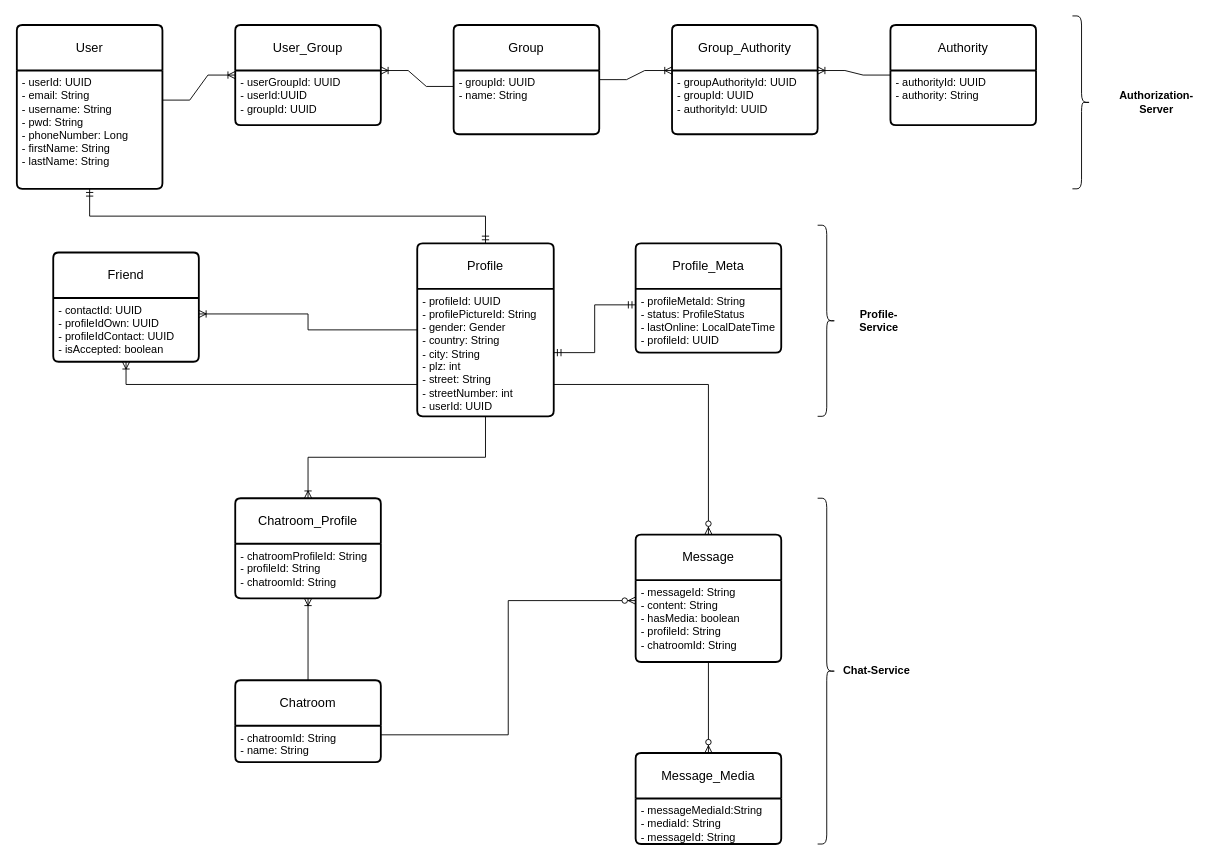
Earlier version of the draw.io diagram Feather-Tables.drawio (soner3/feather). Source tidied: cells renumbered, new cells numbered last; positions are measured from the earlier drawing's top-left corner, leaving out a move shared by most shapes. Both pictures are drawn from the tidied source at 91%, with x=0, y=0 at pixel (16, 15).
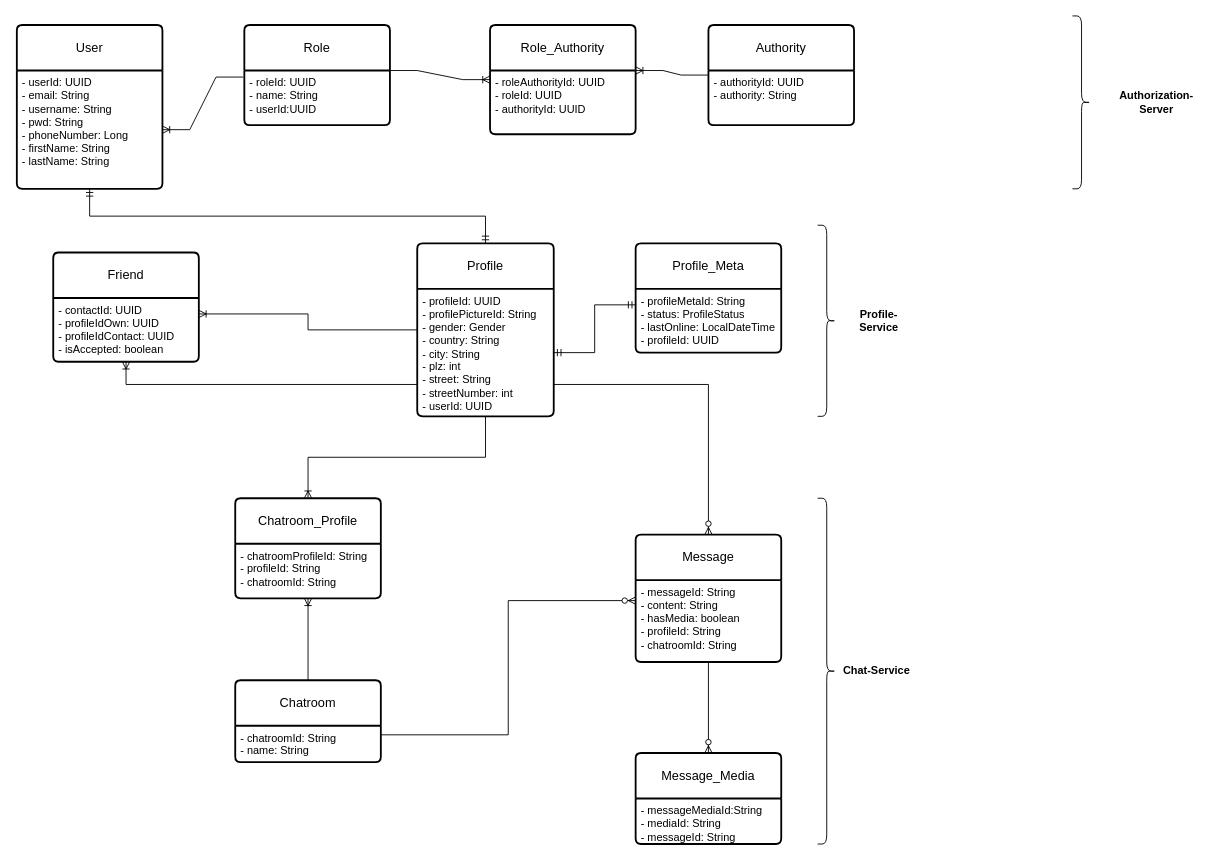
After the change.

The change refers to these unchanged cells:
```xml
<mxCell id="3" value="- userId: UUID&lt;br&gt;- email: String&lt;div&gt;- username: String&lt;/div&gt;&lt;div&gt;- pwd: String&lt;/div&gt;&lt;div&gt;-&lt;span style=&quot;background-color: transparent; color: light-dark(rgb(0, 0, 0), rgb(255, 255, 255));&quot;&gt;&amp;nbsp;phoneNumber: Long&lt;/span&gt;&lt;/div&gt;&lt;div&gt;&lt;div&gt;&lt;div&gt;- firstName: String&lt;/div&gt;&lt;div&gt;- lastName: String&lt;/div&gt;&lt;/div&gt;&lt;/div&gt;" style="align=left;strokeColor=none;fillColor=none;spacingLeft=4;fontSize=12;verticalAlign=top;html=1;" parent="2" vertex="1">
  <mxGeometry y="50" width="160" height="130" as="geometry" />
</mxCell>
```

The edit, as a diff of the source:
```diff
@@
-    <mxCell id="4" value="User_Group" style="swimlane;horizontal=1;startSize=50;rounded=1;fontSize=14;fontStyle=0;strokeWidth=2;shadow=0;dashed=0;align=center;arcSize=4;whiteSpace=wrap;html=1;" parent="1" vertex="1">
-      <mxGeometry x="240" y="10" width="160" height="110" as="geometry" />
+    <mxCell id="4" value="Role" style="swimlane;horizontal=1;startSize=50;rounded=1;fontSize=14;fontStyle=0;strokeWidth=2;shadow=0;dashed=0;align=center;arcSize=4;whiteSpace=wrap;html=1;" parent="1" vertex="1">
+      <mxGeometry x="250" y="10" width="160" height="110" as="geometry" />
     </mxCell>
-    <mxCell id="5" value="&lt;div&gt;&lt;span style=&quot;background-color: transparent; color: light-dark(rgb(0, 0, 0), rgb(255, 255, 255));&quot;&gt;- userGroupId:&amp;nbsp;&lt;/span&gt;&lt;span style=&quot;background-color: transparent; color: light-dark(rgb(0, 0, 0), rgb(255, 255, 255));&quot;&gt;UUID&lt;/span&gt;&lt;/div&gt;- userId:UUID&lt;div&gt;- groupId:&amp;nbsp;&lt;span style=&quot;background-color: transparent; color: light-dark(rgb(0, 0, 0), rgb(255, 255, 255));&quot;&gt;UUID&lt;/span&gt;&lt;/div&gt;" style="align=left;strokeColor=none;fillColor=none;spacingLeft=4;fontSize=12;verticalAlign=top;html=1;" parent="4" vertex="1">
+    <mxCell id="5" value="&lt;div&gt;&lt;span style=&quot;background-color: transparent; color: light-dark(rgb(0, 0, 0), rgb(255, 255, 255));&quot;&gt;- roleId:&amp;nbsp;&lt;/span&gt;&lt;span style=&quot;background-color: transparent; color: light-dark(rgb(0, 0, 0), rgb(255, 255, 255));&quot;&gt;UUID&lt;/span&gt;&lt;/div&gt;&lt;div&gt;&lt;span style=&quot;background-color: transparent; color: light-dark(rgb(0, 0, 0), rgb(255, 255, 255));&quot;&gt;- name: String&lt;/span&gt;&lt;/div&gt;- userId:UUID" style="align=left;strokeColor=none;fillColor=none;spacingLeft=4;fontSize=12;verticalAlign=top;html=1;" parent="4" vertex="1">
       <mxGeometry y="50" width="160" height="60" as="geometry" />
     </mxCell>
     <mxCell id="6" value="Authority" style="swimlane;horizontal=1;startSize=50;rounded=1;fontSize=14;fontStyle=0;strokeWidth=2;shadow=0;dashed=0;align=center;arcSize=4;whiteSpace=wrap;html=1;" parent="1" vertex="1">
-      <mxGeometry x="960" y="10" width="160" height="110" as="geometry" />
+      <mxGeometry x="760" y="10" width="160" height="110" as="geometry" />
     </mxCell>
@@
-    <mxCell id="37" value="Group" style="swimlane;horizontal=1;startSize=50;rounded=1;fontSize=14;fontStyle=0;strokeWidth=2;shadow=0;dashed=0;align=center;arcSize=4;whiteSpace=wrap;html=1;" parent="1" vertex="1">
-      <mxGeometry x="480" y="10" width="160" height="120" as="geometry" />
-    </mxCell>
-    <mxCell id="38" value="- groupId: UUID&lt;div&gt;- name: String&lt;/div&gt;" style="align=left;strokeColor=none;fillColor=none;spacingLeft=4;fontSize=12;verticalAlign=top;html=1;" parent="37" vertex="1">
-      <mxGeometry y="50" width="160" height="70" as="geometry" />
-    </mxCell>
-    <mxCell id="39" style="edgeStyle=entityRelationEdgeStyle;fontSize=12;html=1;endArrow=ERoneToMany;rounded=0;exitX=1;exitY=0.25;exitDx=0;exitDy=0;entryX=0;entryY=0.5;entryDx=0;entryDy=0;" parent="1" edge="1" source="3" target="4">
-      <mxGeometry relative="1" as="geometry" />
-    </mxCell>
-    <mxCell id="40" style="edgeStyle=entityRelationEdgeStyle;fontSize=12;html=1;endArrow=ERoneToMany;rounded=0;entryX=1;entryY=0;entryDx=0;entryDy=0;exitX=0;exitY=0.25;exitDx=0;exitDy=0;" parent="1" edge="1" source="38" target="5">
+    <mxCell id="40" style="edgeStyle=entityRelationEdgeStyle;fontSize=12;html=1;endArrow=ERoneToMany;rounded=0;entryX=0;entryY=0.5;entryDx=0;entryDy=0;exitX=1;exitY=0;exitDx=0;exitDy=0;" parent="1" edge="1" source="5" target="41">
       <mxGeometry relative="1" as="geometry" />
     </mxCell>
-    <mxCell id="41" value="Group_Authority" style="swimlane;horizontal=1;startSize=50;rounded=1;fontSize=14;fontStyle=0;strokeWidth=2;shadow=0;dashed=0;align=center;arcSize=4;whiteSpace=wrap;html=1;" parent="1" vertex="1">
-      <mxGeometry x="720" y="10" width="160" height="120" as="geometry" />
+    <mxCell id="41" value="Role_Authority" style="swimlane;horizontal=1;startSize=50;rounded=1;fontSize=14;fontStyle=0;strokeWidth=2;shadow=0;dashed=0;align=center;arcSize=4;whiteSpace=wrap;html=1;" parent="1" vertex="1">
+      <mxGeometry x="520" y="10" width="160" height="120" as="geometry" />
     </mxCell>
-    <mxCell id="42" value="- groupAuthorityId: UUID&lt;div&gt;- groupId:&amp;nbsp;&lt;span style=&quot;background-color: transparent; color: light-dark(rgb(0, 0, 0), rgb(255, 255, 255));&quot;&gt;UUID&lt;/span&gt;&lt;/div&gt;&lt;div&gt;-&amp;nbsp;&lt;span style=&quot;background-color: transparent; color: light-dark(rgb(0, 0, 0), rgb(255, 255, 255));&quot;&gt;authorityId:&amp;nbsp;&lt;/span&gt;&lt;span style=&quot;background-color: transparent; color: light-dark(rgb(0, 0, 0), rgb(255, 255, 255));&quot;&gt;UUID&lt;/span&gt;&lt;/div&gt;" style="align=left;strokeColor=none;fillColor=none;spacingLeft=4;fontSize=12;verticalAlign=top;html=1;" parent="41" vertex="1">
+    <mxCell id="42" value="- roleAuthorityId: UUID&lt;div&gt;- roleId:&amp;nbsp;&lt;span style=&quot;background-color: transparent; color: light-dark(rgb(0, 0, 0), rgb(255, 255, 255));&quot;&gt;UUID&lt;/span&gt;&lt;/div&gt;&lt;div&gt;-&amp;nbsp;&lt;span style=&quot;background-color: transparent; color: light-dark(rgb(0, 0, 0), rgb(255, 255, 255));&quot;&gt;authorityId:&amp;nbsp;&lt;/span&gt;&lt;span style=&quot;background-color: transparent; color: light-dark(rgb(0, 0, 0), rgb(255, 255, 255));&quot;&gt;UUID&lt;/span&gt;&lt;/div&gt;" style="align=left;strokeColor=none;fillColor=none;spacingLeft=4;fontSize=12;verticalAlign=top;html=1;" parent="41" vertex="1">
       <mxGeometry y="50" width="160" height="70" as="geometry" />
     </mxCell>
-    <mxCell id="43" style="edgeStyle=entityRelationEdgeStyle;fontSize=12;html=1;endArrow=ERoneToMany;rounded=0;exitX=1;exitY=0.5;exitDx=0;exitDy=0;entryX=0;entryY=0;entryDx=0;entryDy=0;" parent="1" edge="1" source="37" target="42">
-      <mxGeometry relative="1" as="geometry" />
-    </mxCell>
@@
+    <mxCell id="39" style="edgeStyle=entityRelationEdgeStyle;fontSize=12;html=1;endArrow=ERoneToMany;rounded=0;exitX=-0.007;exitY=0.12;exitDx=0;exitDy=0;exitPerimeter=0;" parent="1" edge="1" source="5" target="3">
+      <mxGeometry relative="1" as="geometry" />
+    </mxCell>
```
